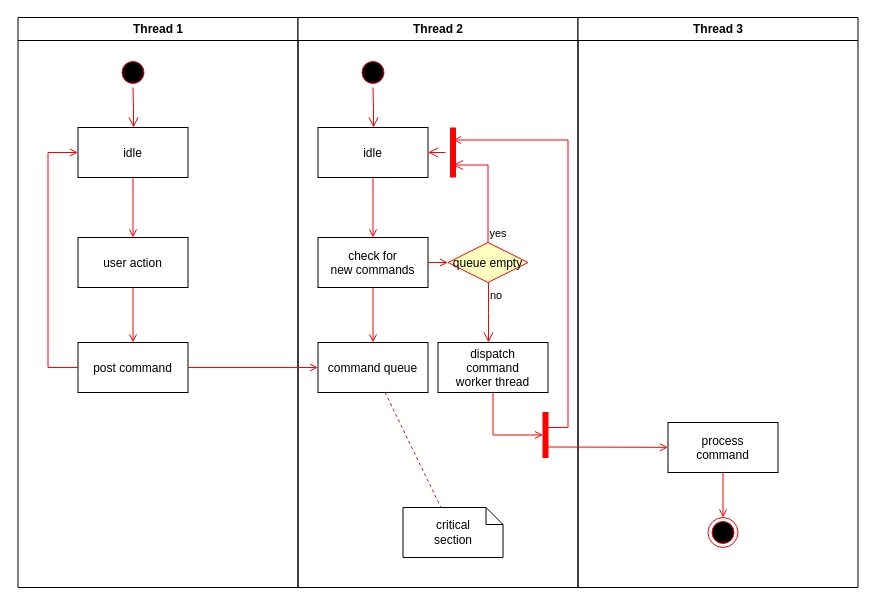
This is casos de uso.drawio from AINAD2024/SISINFO, a draw.io file, before an edit. Source tidied: cells renumbered, new cells numbered last; positions are measured from the earlier drawing's top-left corner, leaving out a move shared by most shapes. Both pictures are drawn from the tidied source at 100%, with x=0, y=0 at pixel (17, 17).
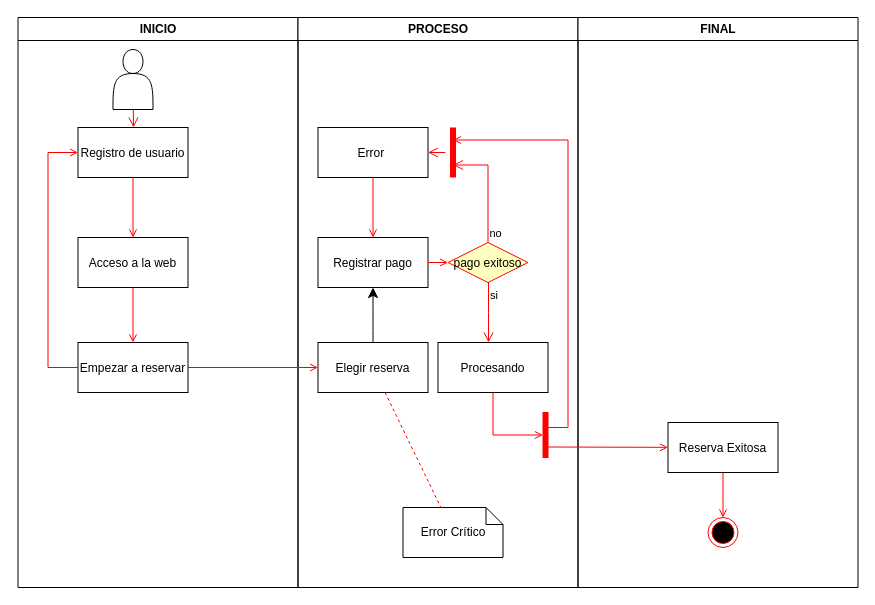
Above is the later version.

The change refers to these unchanged cells:
```xml
<mxCell id="23" style="shape=line;strokeWidth=6;strokeColor=#ff0000;rotation=90;" parent="11" vertex="1">
  <mxGeometry x="130" y="127.5" width="50" height="15" as="geometry" />
</mxCell>
```

Diff of the diagram source:
```diff
@@
-    <mxCell id="2" value="Thread 1" style="swimlane;whiteSpace=wrap;" parent="1" vertex="1">
+    <mxCell id="2" value="INICIO" style="swimlane;whiteSpace=wrap;" parent="1" vertex="1">
       <mxGeometry x="0.5" width="280" height="570" as="geometry" />
     </mxCell>
-    <mxCell id="3" style="ellipse;shape=startState;fillColor=#000000;strokeColor=#ff0000;" parent="2" vertex="1">
-      <mxGeometry x="100" y="40" width="30" height="30" as="geometry" />
-    </mxCell>
-    <mxCell id="4" style="edgeStyle=elbowEdgeStyle;elbow=horizontal;verticalAlign=bottom;endArrow=open;endSize=8;strokeColor=#FF0000;endFill=1;rounded=0;" parent="2" edge="1" source="3" target="5">
-      <mxGeometry x="100" y="40" as="geometry" />
+    <mxCell id="4" style="edgeStyle=elbowEdgeStyle;elbow=horizontal;verticalAlign=bottom;endArrow=open;endSize=8;strokeColor=#FF0000;endFill=1;rounded=0;" parent="2" edge="1" target="5">
+      <mxGeometry x="100" y="40" as="geometry">
+        <mxPoint x="115" y="70" as="sourcePoint" />
+      </mxGeometry>
     </mxCell>
-    <mxCell id="5" value="idle" parent="2" vertex="1">
+    <mxCell id="5" value="Registro de usuario" parent="2" vertex="1">
       <mxGeometry x="60" y="110" width="110" height="50" as="geometry" />
     </mxCell>
-    <mxCell id="6" value="user action" parent="2" vertex="1">
+    <mxCell id="6" value="Acceso a la web" parent="2" vertex="1">
       <mxGeometry x="60" y="220" width="110" height="50" as="geometry" />
     </mxCell>
@@
-    <mxCell id="8" value="post command" parent="2" vertex="1">
+    <mxCell id="8" value="Empezar a reservar" parent="2" vertex="1">
       <mxGeometry x="60" y="325" width="110" height="50" as="geometry" />
     </mxCell>
@@
+    <mxCell id="37" style="shape=actor;whiteSpace=wrap;html=1;" parent="2" vertex="1">
+      <mxGeometry x="95" y="32" width="40" height="60" as="geometry" />
+    </mxCell>
-    <mxCell id="11" value="Thread 2" style="swimlane;whiteSpace=wrap;" parent="1" vertex="1">
+    <mxCell id="11" value="PROCESO" style="swimlane;whiteSpace=wrap;" parent="1" vertex="1">
       <mxGeometry x="280.5" width="280" height="570" as="geometry" />
     </mxCell>
-    <mxCell id="12" style="ellipse;shape=startState;fillColor=#000000;strokeColor=#ff0000;" parent="11" vertex="1">
-      <mxGeometry x="60" y="40" width="30" height="30" as="geometry" />
-    </mxCell>
-    <mxCell id="13" style="edgeStyle=elbowEdgeStyle;elbow=horizontal;verticalAlign=bottom;endArrow=open;endSize=8;strokeColor=#FF0000;endFill=1;rounded=0;" parent="11" edge="1" source="12" target="14">
-      <mxGeometry x="40" y="20" as="geometry" />
-    </mxCell>
-    <mxCell id="14" value="idle" parent="11" vertex="1">
+    <mxCell id="14" value="Error " parent="11" vertex="1">
       <mxGeometry x="20" y="110" width="110" height="50" as="geometry" />
     </mxCell>
-    <mxCell id="15" value="check for &#10;new commands" parent="11" vertex="1">
+    <mxCell id="15" value="Registrar pago" parent="11" vertex="1">
       <mxGeometry x="20" y="220" width="110" height="50" as="geometry" />
     </mxCell>
@@
+    <mxCell id="38" style="edgeStyle=none;curved=1;rounded=0;jettySize=auto;html=1;fontSize=12;startSize=8;endSize=8;" parent="11" edge="1" source="17" target="15">
+      <mxGeometry relative="1" as="geometry" />
+    </mxCell>
-    <mxCell id="17" value="command queue" parent="11" vertex="1">
+    <mxCell id="17" value="Elegir reserva" parent="11" vertex="1">
       <mxGeometry x="20" y="325" width="110" height="50" as="geometry" />
     </mxCell>
-    <mxCell id="18" style="endArrow=open;strokeColor=#FF0000;endFill=1;rounded=0;" parent="11" edge="1" source="15" target="17">
-      <mxGeometry relative="1" as="geometry" />
-    </mxCell>
-    <mxCell id="19" value="queue empty" style="rhombus;fillColor=#ffffc0;strokeColor=#ff0000;" parent="11" vertex="1">
+    <mxCell id="19" value="pago exitoso" style="rhombus;fillColor=#ffffc0;strokeColor=#ff0000;" parent="11" vertex="1">
       <mxGeometry x="150" y="225" width="80" height="40" as="geometry" />
     </mxCell>
-    <mxCell id="20" value="yes" style="edgeStyle=elbowEdgeStyle;elbow=horizontal;align=left;verticalAlign=bottom;endArrow=open;endSize=8;strokeColor=#FF0000;exitX=0.5;exitY=0;endFill=1;rounded=0;entryX=0.75;entryY=0.5;entryPerimeter=0;" parent="11" edge="1" source="19" target="23">
+    <mxCell id="20" value="no" style="edgeStyle=elbowEdgeStyle;elbow=horizontal;align=left;verticalAlign=bottom;endArrow=open;endSize=8;strokeColor=#FF0000;exitX=0.5;exitY=0;endFill=1;rounded=0;entryX=0.75;entryY=0.5;entryPerimeter=0;" parent="11" edge="1" source="19" target="23">
       <mxGeometry x="-1" relative="1" as="geometry">
         <Array as="points">
           <mxPoint x="190" y="180" />
         </Array>
       </mxGeometry>
     </mxCell>
-    <mxCell id="21" value="no" style="edgeStyle=elbowEdgeStyle;elbow=horizontal;align=left;verticalAlign=top;endArrow=open;endSize=8;strokeColor=#FF0000;endFill=1;rounded=0;" parent="11" edge="1" source="19" target="25">
+    <mxCell id="21" value="si" style="edgeStyle=elbowEdgeStyle;elbow=horizontal;align=left;verticalAlign=top;endArrow=open;endSize=8;strokeColor=#FF0000;endFill=1;rounded=0;" parent="11" edge="1" source="19" target="25">
       <mxGeometry x="-1" relative="1" as="geometry" />
     </mxCell>
@@
-    <mxCell id="25" value="dispatch&#10;command&#10;worker thread" parent="11" vertex="1">
+    <mxCell id="25" value="Procesando" parent="11" vertex="1">
       <mxGeometry x="140" y="325" width="110" height="50" as="geometry" />
     </mxCell>
-    <mxCell id="26" value="critical&#10;section" style="shape=note;whiteSpace=wrap;size=17;" parent="11" vertex="1">
+    <mxCell id="26" value="Error Crítico" style="shape=note;whiteSpace=wrap;size=17;" parent="11" vertex="1">
       <mxGeometry x="105" y="490" width="100" height="50" as="geometry" />
     </mxCell>
@@
-    <mxCell id="30" value="Thread 3" style="swimlane;whiteSpace=wrap;" parent="1" vertex="1">
+    <mxCell id="30" value="FINAL" style="swimlane;whiteSpace=wrap;" parent="1" vertex="1">
       <mxGeometry x="560.5" width="280" height="570" as="geometry" />
     </mxCell>
-    <mxCell id="31" value="process&#10;command" parent="30" vertex="1">
+    <mxCell id="31" value="Reserva Exitosa" parent="30" vertex="1">
       <mxGeometry x="90" y="405" width="110" height="50" as="geometry" />
     </mxCell>
```
